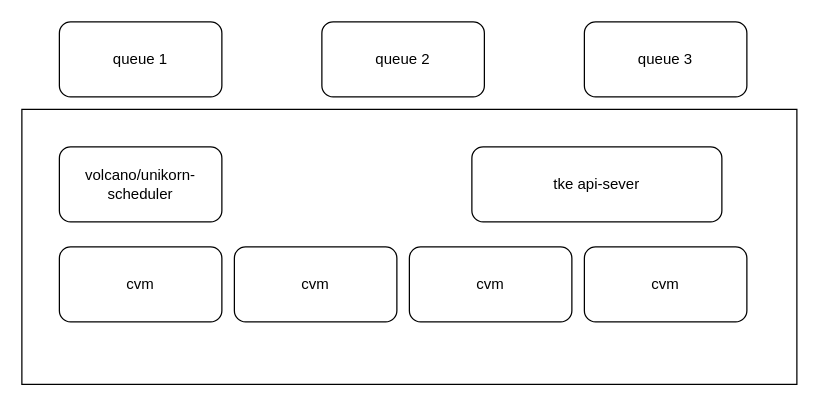
yuhuali1989/ui keeps this draw.io diagram as dlc-资源池设计.drawio. Above is the earlier version. Source tidied: cells renumbered, new cells numbered last; positions are measured from the earlier drawing's top-left corner, leaving out a move shared by most shapes. Both pictures are drawn from the tidied source at 125%, with x=0, y=0 at pixel (21, 21).
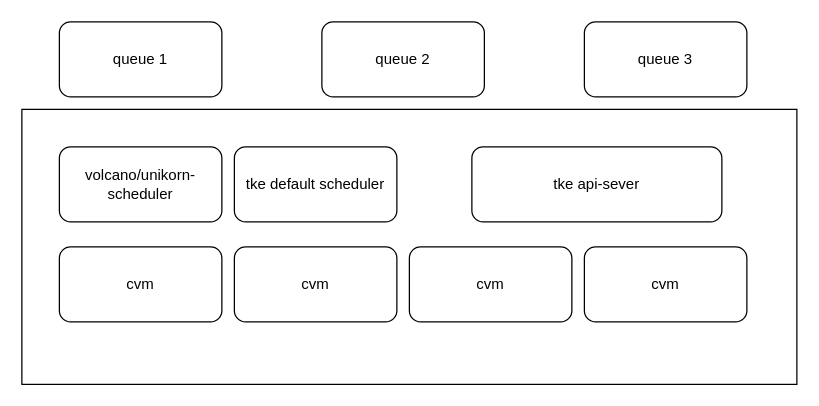
After the change.

Commit message (it also covers changes not shown here):
Update dlc-资源池设计.drawio

What changed in the source:
```diff
@@
 <mxGraphModel>
   <root>
     <mxCell id="0" />
     <mxCell id="1" parent="0" />
     <mxCell id="2" style="rounded=0;whiteSpace=wrap;html=1;" parent="1" vertex="1">
       <mxGeometry y="70" width="620" height="220" as="geometry" />
     </mxCell>
     <mxCell id="3" value="tke api-sever" style="rounded=1;whiteSpace=wrap;html=1;" parent="1" vertex="1">
       <mxGeometry x="360" y="100" width="200" height="60" as="geometry" />
     </mxCell>
     <mxCell id="4" value="cvm" style="rounded=1;whiteSpace=wrap;html=1;" parent="1" vertex="1">
       <mxGeometry x="30" y="180" width="130" height="60" as="geometry" />
     </mxCell>
     <mxCell id="5" value="cvm" style="rounded=1;whiteSpace=wrap;html=1;" parent="1" vertex="1">
       <mxGeometry x="170" y="180" width="130" height="60" as="geometry" />
     </mxCell>
     <mxCell id="6" value="cvm" style="rounded=1;whiteSpace=wrap;html=1;" parent="1" vertex="1">
       <mxGeometry x="310" y="180" width="130" height="60" as="geometry" />
     </mxCell>
     <mxCell id="7" value="cvm" style="rounded=1;whiteSpace=wrap;html=1;" parent="1" vertex="1">
       <mxGeometry x="450" y="180" width="130" height="60" as="geometry" />
     </mxCell>
     <mxCell id="8" value="queue 1" style="rounded=1;whiteSpace=wrap;html=1;" parent="1" vertex="1">
       <mxGeometry x="30" width="130" height="60" as="geometry" />
     </mxCell>
     <mxCell id="9" value="queue 2" style="rounded=1;whiteSpace=wrap;html=1;" parent="1" vertex="1">
       <mxGeometry x="240" width="130" height="60" as="geometry" />
     </mxCell>
     <mxCell id="10" value="queue 3" style="rounded=1;whiteSpace=wrap;html=1;" parent="1" vertex="1">
       <mxGeometry x="450" width="130" height="60" as="geometry" />
     </mxCell>
     <mxCell id="11" value="volcano/unikorn-scheduler" style="rounded=1;whiteSpace=wrap;html=1;" parent="1" vertex="1">
       <mxGeometry x="30" y="100" width="130" height="60" as="geometry" />
     </mxCell>
+    <mxCell id="12" value="tke default scheduler" style="rounded=1;whiteSpace=wrap;html=1;" parent="1" vertex="1">
+      <mxGeometry x="170" y="100" width="130" height="60" as="geometry" />
+    </mxCell>
   </root>
 </mxGraphModel>
```
